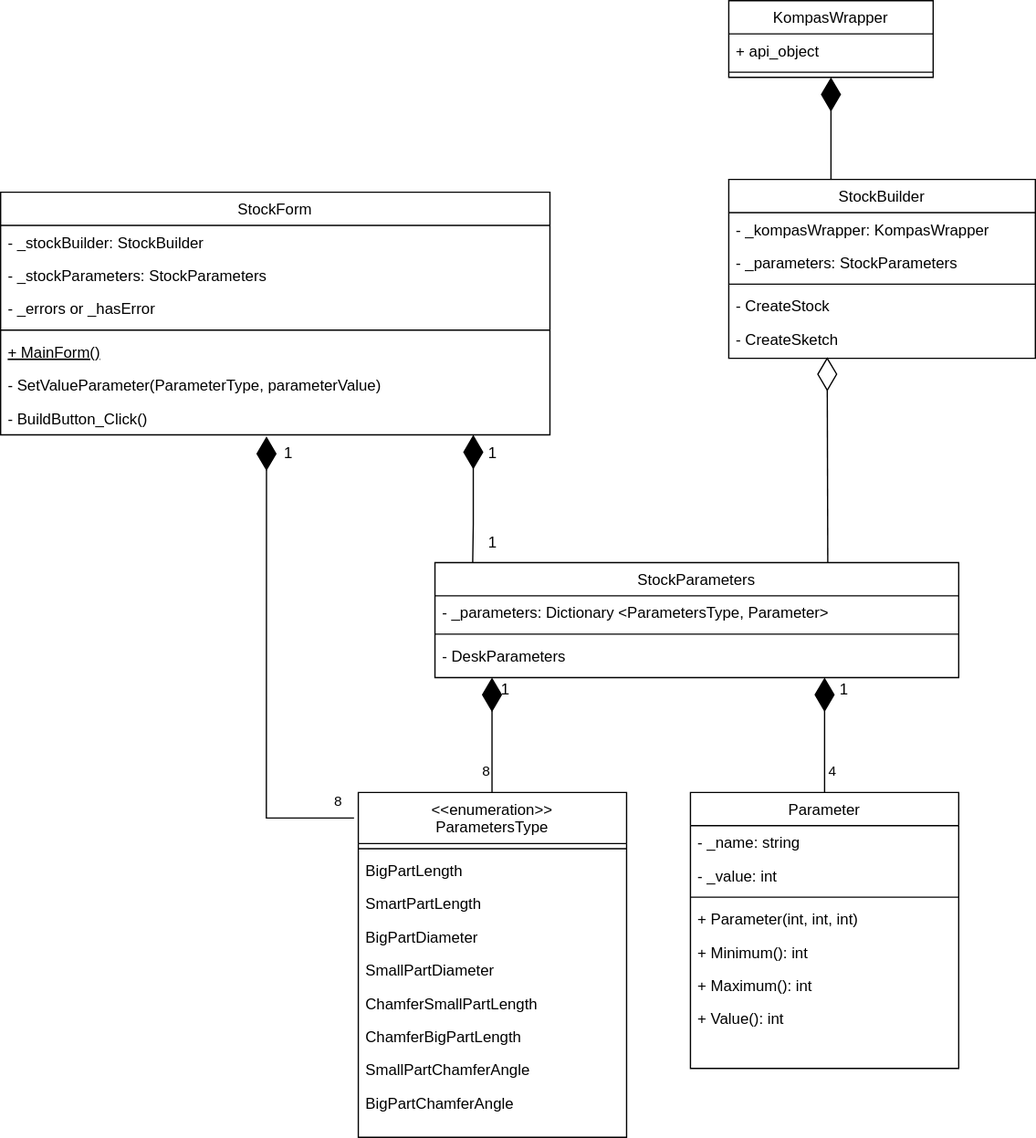
Before: docs/StockProjectDiagram.svg, a diagram exported from draw.io (VladimirOstr/PluginForCAD). Source tidied: cells renumbered, new cells last; positions are measured from the earlier drawing's top-left corner, leaving out a move shared by most shapes.
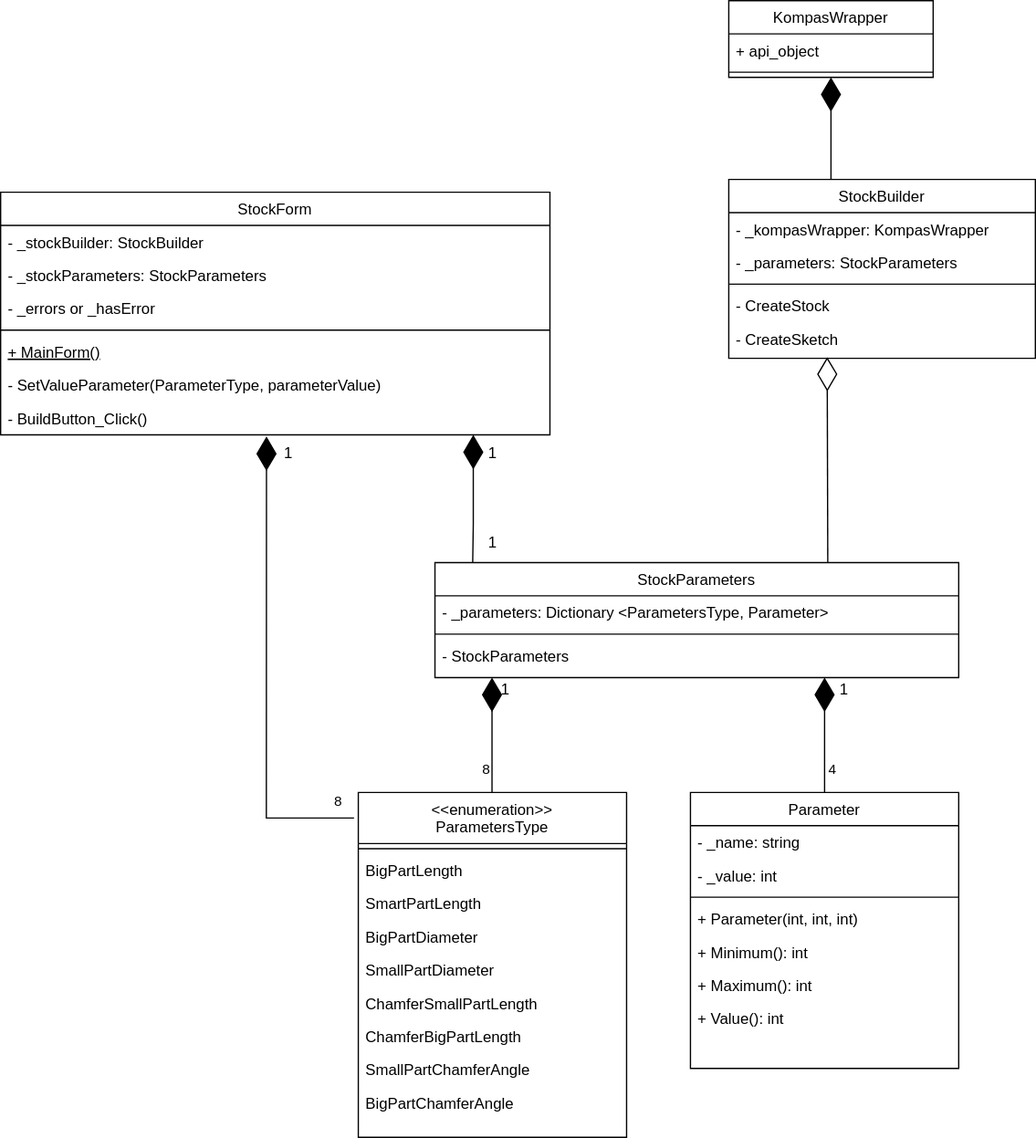
Above is the later version.

Commit message:
Пофиксил диаграмму

Diff of the diagram source:
```diff
@@ -62,7 +62,7 @@
     <mxCell id="21" style="line;html=1;strokeWidth=1;align=left;verticalAlign=middle;spacingTop=-1;spacingLeft=3;spacingRight=3;labelPosition=right;" parent="19" vertex="1">
       <mxGeometry y="52" width="410" height="8" as="geometry" />
     </mxCell>
-    <mxCell id="22" value="- DeskParameters" style="text;align=left;verticalAlign=top;spacingLeft=4;spacingRight=4;overflow=hidden;" parent="19" vertex="1">
+    <mxCell id="22" value="- StockParameters" style="text;align=left;verticalAlign=top;spacingLeft=4;spacingRight=4;overflow=hidden;" parent="19" vertex="1">
       <mxGeometry y="60" width="410" height="26" as="geometry" />
     </mxCell>
     <mxCell id="23" value="&lt;&lt;enumeration&gt;&gt;&#10;ParametersType" style="swimlane;fontStyle=0;align=center;verticalAlign=top;horizontal=1;startSize=40;rounded=0;shadow=0;strokeWidth=1;" parent="1" vertex="1">
```
